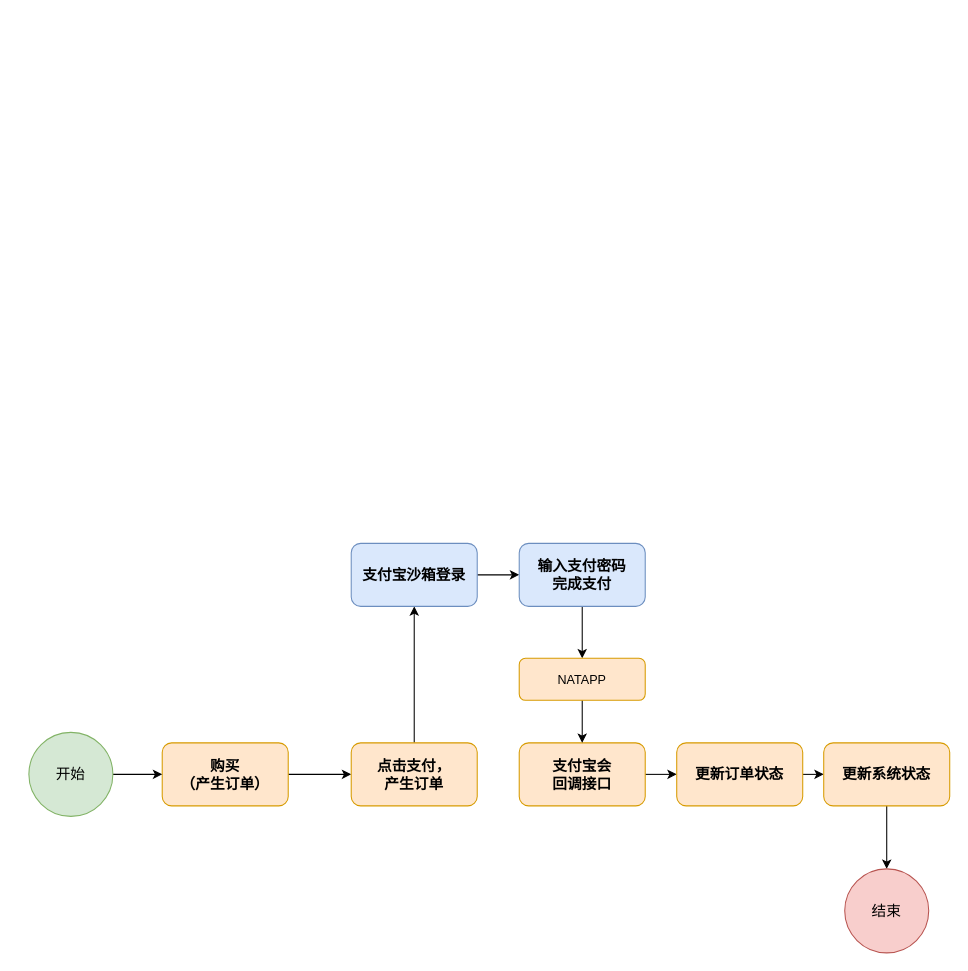
Earlier version of the draw.io diagram SPARK/15扶农商城.drawio (redcomet88/DRAW). Source tidied: cells renumbered, new cells numbered last; positions are measured from the earlier drawing's top-left corner, leaving out a move shared by most shapes. Both pictures are drawn from the tidied source at 105%, with x=0, y=0 at pixel (28, 543).
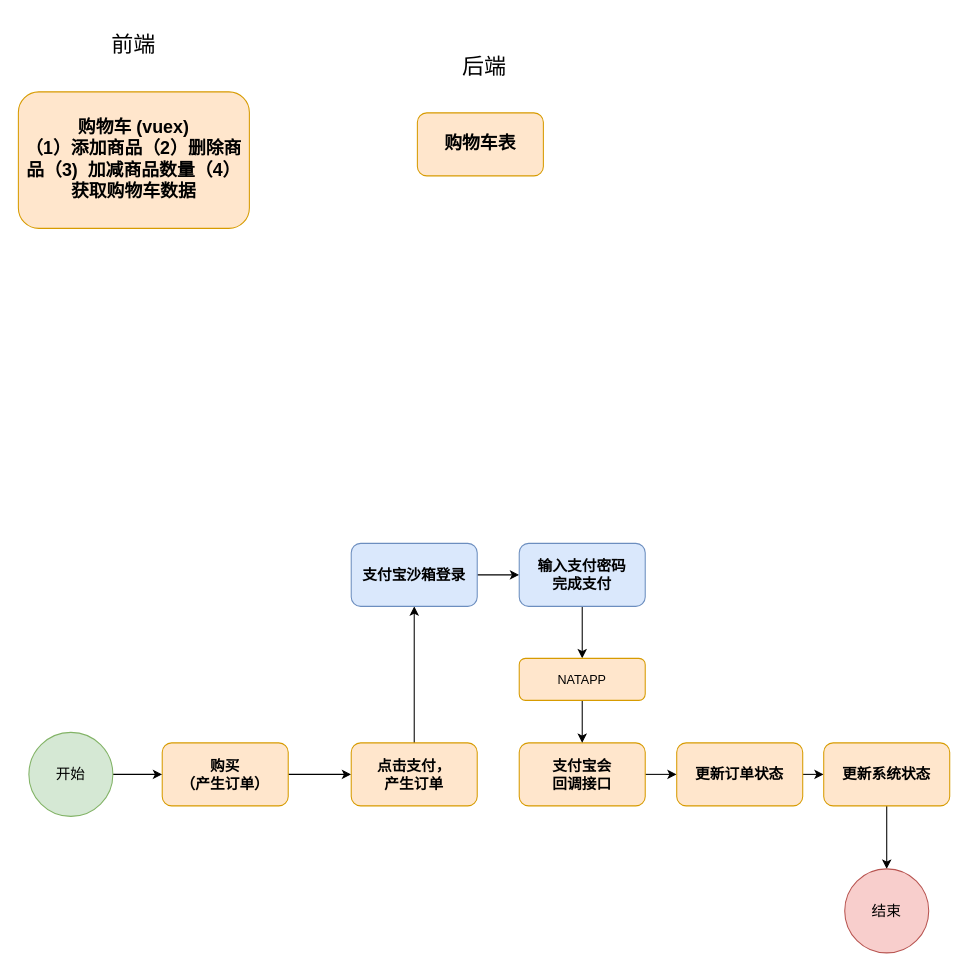
The same diagram, later.

Commit message (it also covers changes not shown here):
更新15扶农商城.drawio

Diff of the diagram source:
```diff
@@
+    <mxCell id="21" value="购物车 (vuex)&lt;br&gt;&lt;span style=&quot;background-color: initial;&quot;&gt;（1）添加商品&lt;/span&gt;&lt;span style=&quot;background-color: initial;&quot;&gt;（2）删除商品（3)&amp;nbsp; 加减商品数量&lt;/span&gt;&lt;span style=&quot;background-color: initial;&quot;&gt;（4）获取购物车数据&lt;/span&gt;&lt;span style=&quot;background-color: initial;&quot;&gt;&lt;br&gt;&lt;/span&gt;" style="rounded=1;whiteSpace=wrap;html=1;fontStyle=1;fontSize=17;fillColor=#ffe6cc;strokeColor=#d79b00;" parent="1" vertex="1">
+      <mxGeometry x="-10" y="-430" width="220" height="130" as="geometry" />
+    </mxCell>
+    <mxCell id="22" value="前端" style="text;html=1;strokeColor=none;fillColor=none;align=center;verticalAlign=middle;whiteSpace=wrap;rounded=0;fontSize=21;" parent="1" vertex="1">
+      <mxGeometry x="50" y="-500" width="100" height="50" as="geometry" />
+    </mxCell>
+    <mxCell id="23" value="购物车表" style="rounded=1;whiteSpace=wrap;html=1;fontStyle=1;fontSize=17;fillColor=#ffe6cc;strokeColor=#d79b00;" parent="1" vertex="1">
+      <mxGeometry x="370" y="-410" width="120" height="60" as="geometry" />
+    </mxCell>
+    <mxCell id="24" value="后端" style="text;html=1;strokeColor=none;fillColor=none;align=center;verticalAlign=middle;whiteSpace=wrap;rounded=0;fontSize=21;" parent="1" vertex="1">
+      <mxGeometry x="384" y="-480" width="100" height="50" as="geometry" />
+    </mxCell>
```
